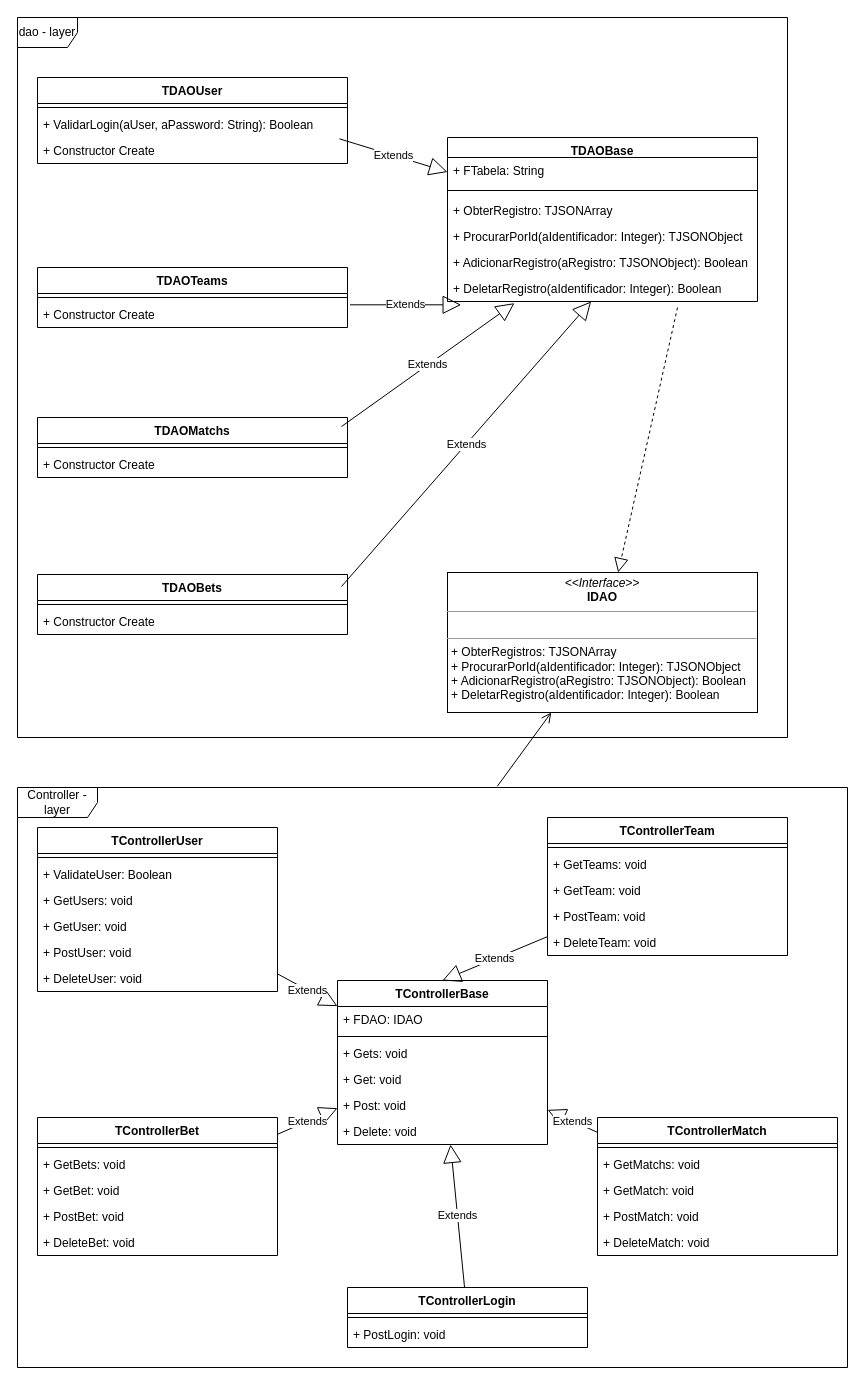
The draw.io diagram 11 - Projeto/3 - Arquitetura do Projeto/Diagrama_Classes_BackEnd.drawio in NathanBnu/Delphi2Blu2022, before the edit. Source tidied: cells renumbered, new cells numbered last; positions are measured from the earlier drawing's top-left corner, leaving out a move shared by most shapes. Both pictures are drawn from the tidied source at 100%, with x=0, y=0 at pixel (17, 17).
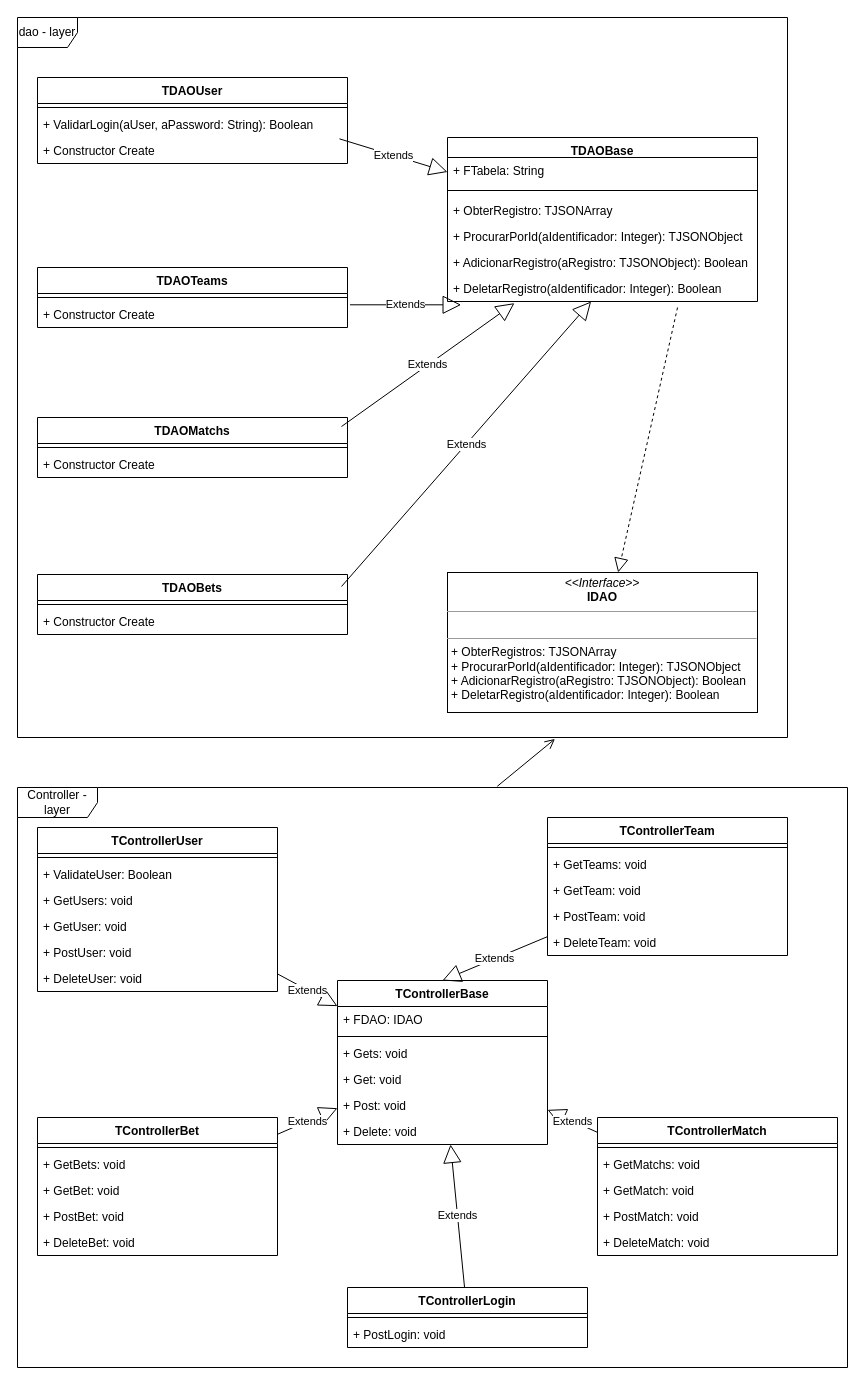
The same diagram, later.

Commit message:
Diagrama BackEnd.

Unchanged cells that the change refers to:
```xml
<mxCell id="2" value="dao - layer" style="shape=umlFrame;whiteSpace=wrap;html=1;" parent="1" vertex="1">
  <mxGeometry width="770" height="720" as="geometry" />
</mxCell>
<mxCell id="16" value="&lt;p style=&quot;margin:0px;margin-top:4px;text-align:center;&quot;&gt;&lt;i&gt;&amp;lt;&amp;lt;Interface&amp;gt;&amp;gt;&lt;/i&gt;&lt;br&gt;&lt;b&gt;IDAO&lt;/b&gt;&lt;/p&gt;&lt;hr size=&quot;1&quot;&gt;&lt;p style=&quot;margin:0px;margin-left:4px;&quot;&gt;&lt;br&gt;&lt;/p&gt;&lt;hr size=&quot;1&quot;&gt;&lt;p style=&quot;margin:0px;margin-left:4px;&quot;&gt;+ ObterRegistros: TJSONArray&lt;/p&gt;&lt;p style=&quot;margin:0px;margin-left:4px;&quot;&gt;+ ProcurarPorId(aIdentificador: Integer): TJSONObject&lt;/p&gt;&lt;p style=&quot;margin:0px;margin-left:4px;&quot;&gt;+ AdicionarRegistro(aRegistro: TJSONObject): Boolean&lt;/p&gt;&lt;p style=&quot;margin:0px;margin-left:4px;&quot;&gt;+ DeletarRegistro(aIdentificador: Integer): Boolean&lt;/p&gt;" style="verticalAlign=top;align=left;overflow=fill;fontSize=12;fontFamily=Helvetica;html=1;" parent="1" vertex="1">
  <mxGeometry x="430" y="555" width="310" height="140" as="geometry" />
</mxCell>
<mxCell id="17" value="Controller - layer" style="shape=umlFrame;whiteSpace=wrap;html=1;width=80;height=30;" parent="1" vertex="1">
  <mxGeometry y="770" width="830" height="580" as="geometry" />
</mxCell>
```

What changed in the source:
```diff
@@
-    <mxCell id="50" style="endArrow=open;startArrow=none;endFill=0;startFill=0;endSize=8;html=1;verticalAlign=bottom;labelBackgroundColor=none;strokeWidth=1;rounded=0;exitX=0.578;exitY=-0.002;exitDx=0;exitDy=0;exitPerimeter=0;" parent="1" edge="1" source="17" target="16">
+    <mxCell id="50" style="endArrow=open;startArrow=none;endFill=0;startFill=0;endSize=8;html=1;verticalAlign=bottom;labelBackgroundColor=none;strokeWidth=1;rounded=0;exitX=0.578;exitY=-0.002;exitDx=0;exitDy=0;exitPerimeter=0;entryX=0.698;entryY=1.002;entryDx=0;entryDy=0;entryPerimeter=0;" parent="1" edge="1" source="17" target="2">
       <mxGeometry relative="1" as="geometry" />
     </mxCell>
```
